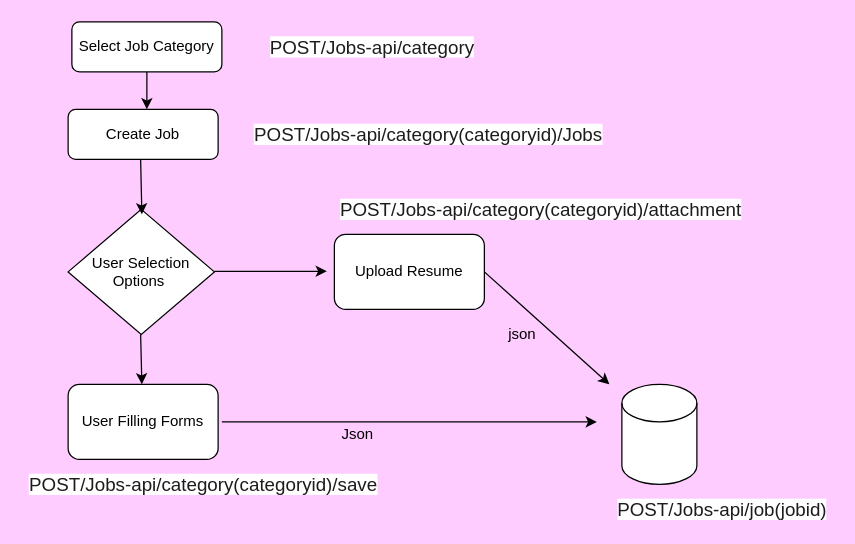
prasadkovai/architecture-digram keeps this draw.io diagram as Workflow-Digram-API.drawio. Above is the earlier version. Source tidied: cells renumbered, new cells numbered last; positions are measured from the earlier drawing's top-left corner, leaving out a move shared by most shapes. Both pictures are drawn from the tidied source at 125%, with x=0, y=0 at pixel (21, 21).
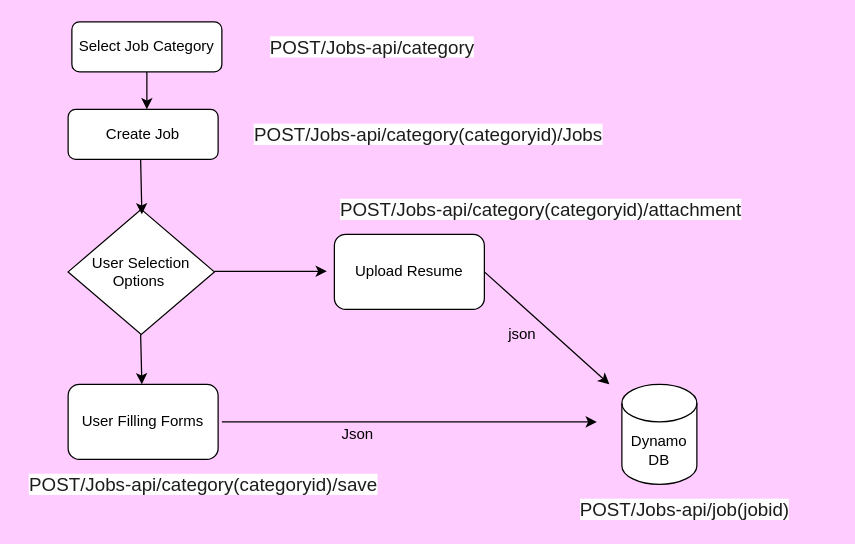
The same page after the edit.

Commit message:
final post method Workflow-Digram-API.drawio

Change to the diagram source:
```diff
@@
-    <mxCell id="17" style="shape=cylinder3;whiteSpace=wrap;html=1;boundedLbl=1;backgroundOutline=1;size=15;" parent="1" vertex="1">
+    <mxCell id="17" value="Dynamo&lt;br&gt;DB" style="shape=cylinder3;whiteSpace=wrap;html=1;boundedLbl=1;backgroundOutline=1;size=15;" parent="1" vertex="1">
       <mxGeometry x="480" y="290" width="60" height="80" as="geometry" />
     </mxCell>
@@
     <mxCell id="20" value="&lt;span style=&quot;color: rgb(29 , 28 , 29) ; font-family: , &amp;#34;applelogo&amp;#34; , sans-serif ; font-size: 15px ; text-align: left ; background-color: rgb(255 , 255 , 255)&quot;&gt;POST/Jobs-api/job(jobid)&lt;/span&gt;" style="text;html=1;align=center;verticalAlign=middle;strokeColor=none;" parent="1" vertex="1">
-      <mxGeometry x="470" y="380" width="180" height="20" as="geometry" />
+      <mxGeometry x="440" y="380" width="180" height="20" as="geometry" />
     </mxCell>
```
